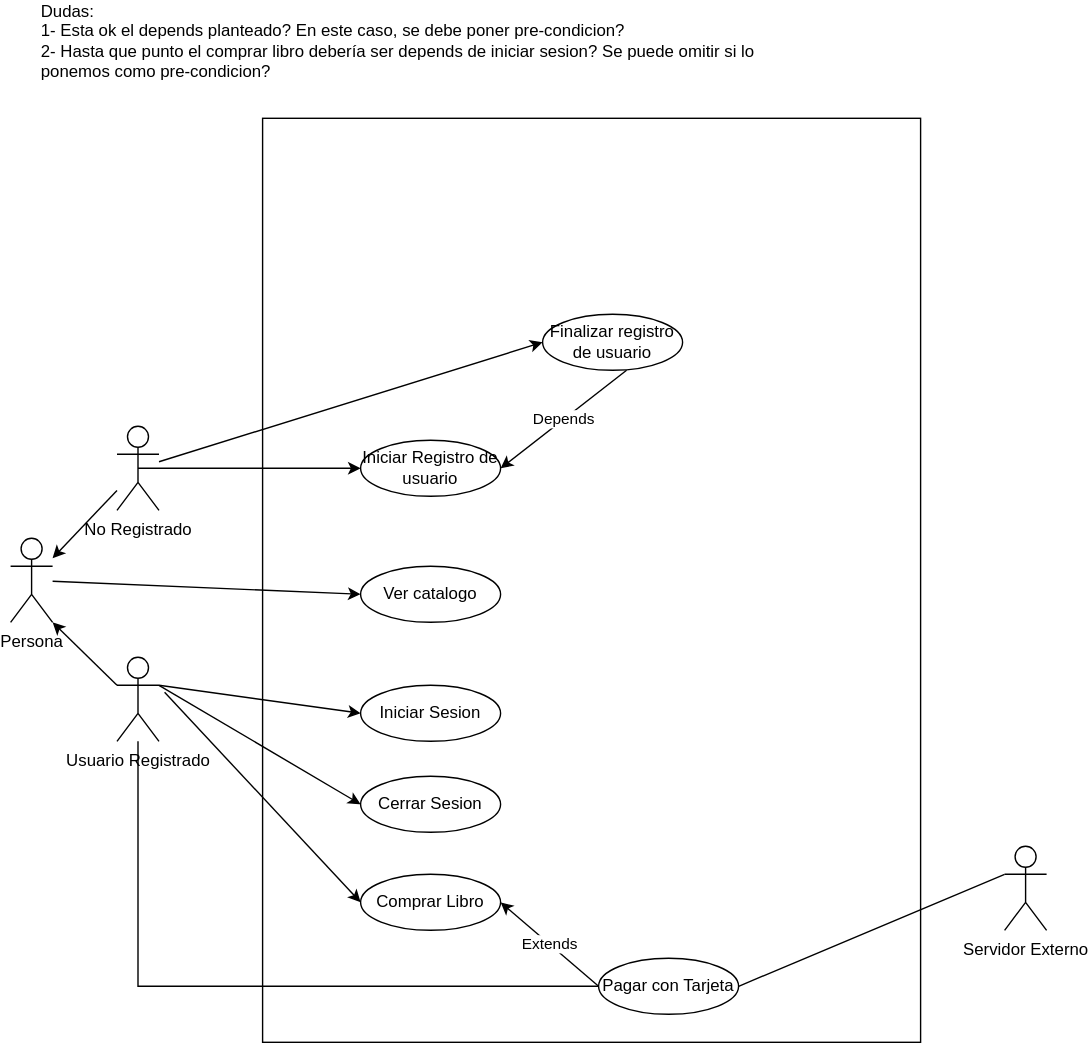
Before: 2021PrimeraFecha.drawio.svg, a diagram exported from draw.io (juansirai/ING1). Source tidied: cells renumbered, new cells last; positions are measured from the earlier drawing's top-left corner, leaving out a move shared by most shapes.
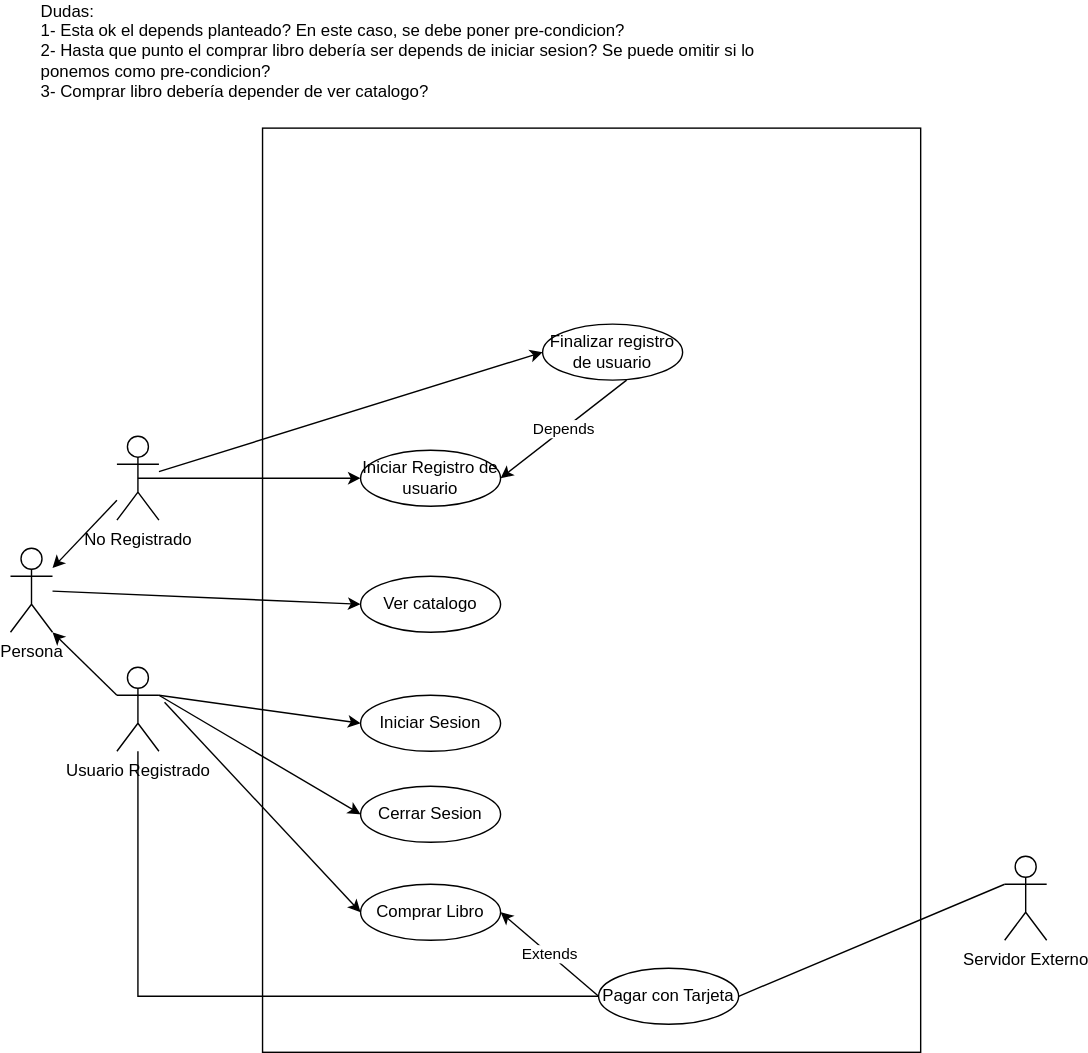
After the commit.

The edit, as a diff of the source:
```diff
@@ -71,7 +71,7 @@
     <mxCell id="22" value="Extends" style="endArrow=classic;html=1;rounded=0;exitX=0;exitY=0.5;exitDx=0;exitDy=0;entryX=1;entryY=0.5;entryDx=0;entryDy=0;" parent="1" edge="1" source="16" target="15">
       <mxGeometry relative="1" as="geometry" />
     </mxCell>
-    <mxCell id="23" value="Dudas:&lt;br&gt;1- Esta ok el depends planteado? En este caso, se debe poner pre-condicion?&lt;br&gt;2- Hasta que punto el comprar libro debería ser depends de iniciar sesion? Se puede omitir si lo ponemos como pre-condicion?" style="text;html=1;align=left;verticalAlign=middle;whiteSpace=wrap;rounded=0;" parent="1" vertex="1">
+    <mxCell id="23" value="Dudas:&lt;br&gt;1- Esta ok el depends planteado? En este caso, se debe poner pre-condicion?&lt;br&gt;2- Hasta que punto el comprar libro debería ser depends de iniciar sesion? Se puede omitir si lo ponemos como pre-condicion?&lt;br&gt;3- Comprar libro debería depender de ver catalogo?" style="text;html=1;align=left;verticalAlign=middle;whiteSpace=wrap;rounded=0;" parent="1" vertex="1">
       <mxGeometry x="20" width="524" height="30" as="geometry" />
     </mxCell>
     <mxCell id="24" value="Finalizar registro de usuario" style="ellipse;whiteSpace=wrap;html=1;" parent="1" vertex="1">
```
